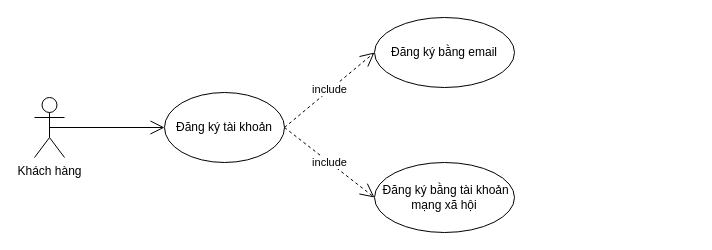
Earlier version of the draw.io diagram page "Đăng ký" (3 of 40) of PlantCare.drawio (kimngan0903/KimNgan_DoAnTotNghiep_2110900033). Source tidied: cells renumbered, new cells numbered last; positions are measured from the earlier drawing's top-left corner, leaving out a move shared by most shapes. Both pictures are drawn from the tidied source at 100%, with x=0, y=0 at pixel (34, 17).
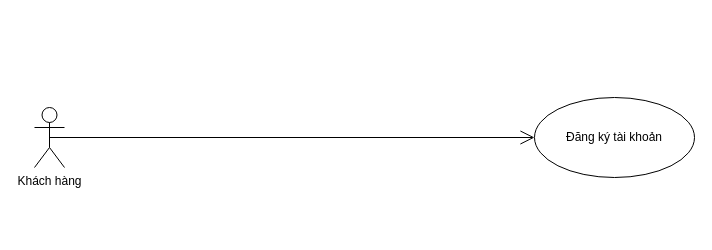
The same diagram, later.

Diff of the diagram source:
```diff
@@
 <mxGraphModel>
   <root>
     <mxCell id="0" />
     <mxCell id="1" parent="0" />
+    <mxCell id="5" value="Khách hàng" style="shape=umlActor;verticalLabelPosition=bottom;verticalAlign=top;html=1;" parent="1" vertex="1">
+      <mxGeometry y="90" width="30" height="60" as="geometry" />
+    </mxCell>
     <mxCell id="2" value="Đăng ký tài khoản" style="ellipse;whiteSpace=wrap;html=1;" parent="1" vertex="1">
-      <mxGeometry x="130" y="75" width="120" height="70" as="geometry" />
+      <mxGeometry x="500" y="80" width="160" height="80" as="geometry" />
     </mxCell>
-    <mxCell id="3" value="Đăng ký bằng email" style="ellipse;whiteSpace=wrap;html=1;" parent="1" vertex="1">
-      <mxGeometry x="340" width="140" height="70" as="geometry" />
-    </mxCell>
-    <mxCell id="4" value="include" style="endArrow=open;endSize=12;dashed=1;html=1;rounded=0;exitX=1;exitY=0.5;exitDx=0;exitDy=0;entryX=0;entryY=0.5;entryDx=0;entryDy=0;" parent="1" edge="1" source="2" target="3">
-      <mxGeometry relative="1" as="geometry" />
-    </mxCell>
-    <mxCell id="5" value="Khách hàng" style="shape=umlActor;verticalLabelPosition=bottom;verticalAlign=top;html=1;" parent="1" vertex="1">
-      <mxGeometry y="80" width="30" height="60" as="geometry" />
-    </mxCell>
     <mxCell id="6" style="endArrow=open;endFill=1;endSize=12;html=1;rounded=0;exitX=0.5;exitY=0.5;exitDx=0;exitDy=0;exitPerimeter=0;entryX=0;entryY=0.5;entryDx=0;entryDy=0;" parent="1" edge="1" source="5" target="2">
       <mxGeometry relative="1" as="geometry" />
     </mxCell>
-    <mxCell id="7" value="&amp;nbsp;Đăng ký bằng tài khoản mạng xã hội" style="ellipse;whiteSpace=wrap;html=1;" parent="1" vertex="1">
-      <mxGeometry x="340" y="145" width="140" height="70" as="geometry" />
-    </mxCell>
-    <mxCell id="8" value="include" style="endArrow=open;endSize=12;dashed=1;html=1;rounded=0;entryX=0;entryY=0.5;entryDx=0;entryDy=0;exitX=1;exitY=0.5;exitDx=0;exitDy=0;" parent="1" edge="1" source="2" target="7">
-      <mxGeometry relative="1" as="geometry" />
-    </mxCell>
   </root>
 </mxGraphModel>
```
